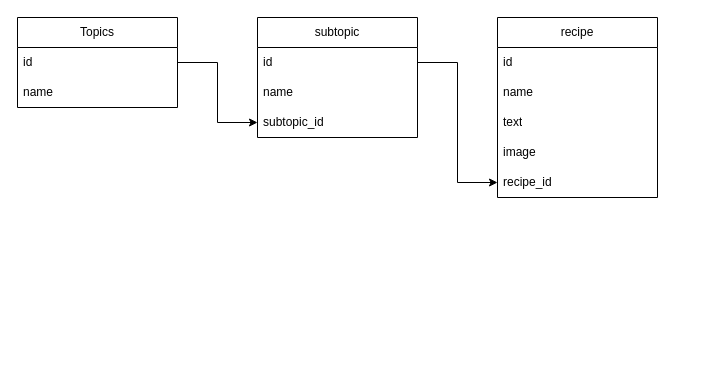
The draw.io diagram extra_files/database.drawio in ryan-kwon/Culinary-Diary, before the edit. Source tidied: cells renumbered, new cells numbered last; positions are measured from the earlier drawing's top-left corner, leaving out a move shared by most shapes. Both pictures are drawn from the tidied source at 100%, with x=0, y=0 at pixel (17, 17).
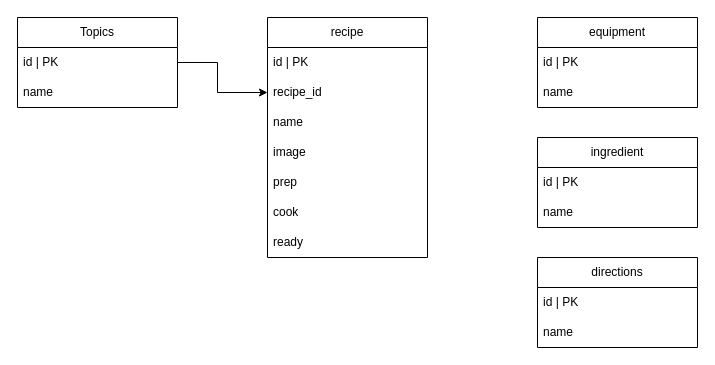
After the change.

The change refers to these unchanged cells:
```xml
<mxCell id="6" value="Topics" style="swimlane;fontStyle=0;horizontal=1;startSize=30;whiteSpace=wrap;html=1;" parent="1" vertex="1">
  <mxGeometry width="160" height="90" as="geometry" />
</mxCell>
```

Diff of the diagram source:
```diff
@@
-    <mxCell id="2" value="subtopic" style="swimlane;fontStyle=0;horizontal=1;startSize=30;whiteSpace=wrap;html=1;" parent="1" vertex="1">
-      <mxGeometry x="240" width="160" height="120" as="geometry" />
-    </mxCell>
-    <mxCell id="3" value="id" style="text;strokeColor=none;fillColor=none;align=left;verticalAlign=middle;spacingLeft=4;spacingRight=4;overflow=hidden;points=[[0,0.5],[1,0.5]];portConstraint=eastwest;whiteSpace=wrap;html=1;" parent="2" vertex="1">
-      <mxGeometry y="30" width="160" height="30" as="geometry" />
-    </mxCell>
-    <mxCell id="4" value="name" style="text;strokeColor=none;fillColor=none;align=left;verticalAlign=middle;spacingLeft=4;spacingRight=4;overflow=hidden;whiteSpace=wrap;html=1;" parent="2" vertex="1">
-      <mxGeometry y="60" width="160" height="30" as="geometry" />
-    </mxCell>
-    <mxCell id="5" value="subtopic_id" style="text;strokeColor=none;fillColor=none;align=left;verticalAlign=middle;spacingLeft=4;spacingRight=4;overflow=hidden;points=[[0,0.5],[1,0.5]];portConstraint=eastwest;whiteSpace=wrap;html=1;" parent="2" vertex="1">
-      <mxGeometry y="90" width="160" height="30" as="geometry" />
-    </mxCell>
@@
-    <mxCell id="7" value="id" style="text;strokeColor=none;fillColor=none;align=left;verticalAlign=middle;spacingLeft=4;spacingRight=4;overflow=hidden;points=[[0,0.5],[1,0.5]];portConstraint=eastwest;whiteSpace=wrap;html=1;" parent="6" vertex="1">
+    <mxCell id="7" value="id | PK" style="text;strokeColor=none;fillColor=none;align=left;verticalAlign=middle;spacingLeft=4;spacingRight=4;overflow=hidden;points=[[0,0.5],[1,0.5]];portConstraint=eastwest;whiteSpace=wrap;html=1;" parent="6" vertex="1">
       <mxGeometry y="30" width="160" height="30" as="geometry" />
     </mxCell>
@@
-    <mxCell id="9" style="edgeStyle=none;html=1;entryX=0;entryY=0.5;entryDx=0;entryDy=0;rounded=0;" parent="1" edge="1" source="7" target="5">
+    <mxCell id="9" style="edgeStyle=none;html=1;entryX=0;entryY=0.5;entryDx=0;entryDy=0;rounded=0;" parent="1" edge="1" source="7" target="15">
       <mxGeometry relative="1" as="geometry">
         <Array as="points">
           <mxPoint x="200" y="45" />
-          <mxPoint x="200" y="105" />
+          <mxPoint x="200" y="75" />
         </Array>
       </mxGeometry>
     </mxCell>
     <mxCell id="10" value="recipe" style="swimlane;fontStyle=0;horizontal=1;startSize=30;whiteSpace=wrap;html=1;" parent="1" vertex="1">
-      <mxGeometry x="480" width="160" height="180" as="geometry" />
+      <mxGeometry x="250" width="160" height="240" as="geometry" />
     </mxCell>
-    <mxCell id="11" value="id" style="text;strokeColor=none;fillColor=none;align=left;verticalAlign=middle;spacingLeft=4;spacingRight=4;overflow=hidden;whiteSpace=wrap;html=1;" parent="10" vertex="1">
+    <mxCell id="11" value="id | PK" style="text;strokeColor=none;fillColor=none;align=left;verticalAlign=middle;spacingLeft=4;spacingRight=4;overflow=hidden;whiteSpace=wrap;html=1;" parent="10" vertex="1">
       <mxGeometry y="30" width="160" height="30" as="geometry" />
     </mxCell>
+    <mxCell id="15" value="recipe_id" style="text;strokeColor=none;fillColor=none;align=left;verticalAlign=middle;spacingLeft=4;spacingRight=4;overflow=hidden;points=[[0,0.5],[1,0.5]];portConstraint=eastwest;whiteSpace=wrap;html=1;" parent="10" vertex="1">
+      <mxGeometry y="60" width="160" height="30" as="geometry" />
+    </mxCell>
     <mxCell id="12" value="name" style="text;strokeColor=none;fillColor=none;align=left;verticalAlign=middle;spacingLeft=4;spacingRight=4;overflow=hidden;whiteSpace=wrap;html=1;" parent="10" vertex="1">
-      <mxGeometry y="60" width="160" height="30" as="geometry" />
+      <mxGeometry y="90" width="160" height="30" as="geometry" />
     </mxCell>
-    <mxCell id="13" value="text" style="text;strokeColor=none;fillColor=none;align=left;verticalAlign=middle;spacingLeft=4;spacingRight=4;overflow=hidden;whiteSpace=wrap;html=1;" parent="10" vertex="1">
-      <mxGeometry y="90" width="160" height="30" as="geometry" />
-    </mxCell>
@@
-    <mxCell id="15" value="recipe_id" style="text;strokeColor=none;fillColor=none;align=left;verticalAlign=middle;spacingLeft=4;spacingRight=4;overflow=hidden;points=[[0,0.5],[1,0.5]];portConstraint=eastwest;whiteSpace=wrap;html=1;" parent="10" vertex="1">
-      <mxGeometry y="150" width="160" height="30" as="geometry" />
-    </mxCell>
+    <mxCell id="18" value="prep" style="text;strokeColor=none;fillColor=none;align=left;verticalAlign=middle;spacingLeft=4;spacingRight=4;overflow=hidden;whiteSpace=wrap;html=1;" parent="10" vertex="1">
+      <mxGeometry y="150" width="160" height="30" as="geometry" />
+    </mxCell>
+    <mxCell id="19" value="cook" style="text;strokeColor=none;fillColor=none;align=left;verticalAlign=middle;spacingLeft=4;spacingRight=4;overflow=hidden;whiteSpace=wrap;html=1;" parent="10" vertex="1">
+      <mxGeometry y="180" width="160" height="30" as="geometry" />
+    </mxCell>
+    <mxCell id="20" value="ready" style="text;strokeColor=none;fillColor=none;align=left;verticalAlign=middle;spacingLeft=4;spacingRight=4;overflow=hidden;whiteSpace=wrap;html=1;" parent="10" vertex="1">
+      <mxGeometry y="210" width="160" height="30" as="geometry" />
+    </mxCell>
-    <mxCell id="16" style="edgeStyle=none;html=1;entryX=0;entryY=0.5;entryDx=0;entryDy=0;exitX=1;exitY=0.5;exitDx=0;exitDy=0;strokeColor=none;rounded=0;" parent="1" edge="1" source="3" target="15">
+    <mxCell id="16" style="edgeStyle=none;html=1;entryX=0;entryY=0.5;entryDx=0;entryDy=0;exitX=1;exitY=0.5;exitDx=0;exitDy=0;strokeColor=none;rounded=0;" parent="1" edge="1" target="15">
       <mxGeometry relative="1" as="geometry">
+        <mxPoint x="400" y="45" as="sourcePoint" />
         <Array as="points">
           <mxPoint x="440" y="45" />
           <mxPoint x="440" y="160" />
         </Array>
       </mxGeometry>
     </mxCell>
-    <mxCell id="17" style="edgeStyle=none;rounded=0;html=1;entryX=0;entryY=0.5;entryDx=0;entryDy=0;exitX=1;exitY=0.5;exitDx=0;exitDy=0;" parent="1" edge="1" source="3" target="15">
-      <mxGeometry relative="1" as="geometry">
-        <Array as="points">
-          <mxPoint x="440" y="45" />
-          <mxPoint x="440" y="165" />
-        </Array>
-      </mxGeometry>
-    </mxCell>
+    <mxCell id="21" value="directions" style="swimlane;fontStyle=0;horizontal=1;startSize=30;whiteSpace=wrap;html=1;" parent="1" vertex="1">
+      <mxGeometry x="520" y="240" width="160" height="90" as="geometry" />
+    </mxCell>
+    <mxCell id="22" value="id | PK" style="text;strokeColor=none;fillColor=none;align=left;verticalAlign=middle;spacingLeft=4;spacingRight=4;overflow=hidden;whiteSpace=wrap;html=1;" parent="21" vertex="1">
+      <mxGeometry y="30" width="160" height="30" as="geometry" />
+    </mxCell>
+    <mxCell id="23" value="name" style="text;strokeColor=none;fillColor=none;align=left;verticalAlign=middle;spacingLeft=4;spacingRight=4;overflow=hidden;whiteSpace=wrap;html=1;" parent="21" vertex="1">
+      <mxGeometry y="60" width="160" height="30" as="geometry" />
+    </mxCell>
+    <mxCell id="24" value="ingredient" style="swimlane;fontStyle=0;horizontal=1;startSize=30;whiteSpace=wrap;html=1;" parent="1" vertex="1">
+      <mxGeometry x="520" y="120" width="160" height="90" as="geometry" />
+    </mxCell>
+    <mxCell id="25" value="id | PK" style="text;strokeColor=none;fillColor=none;align=left;verticalAlign=middle;spacingLeft=4;spacingRight=4;overflow=hidden;whiteSpace=wrap;html=1;" parent="24" vertex="1">
+      <mxGeometry y="30" width="160" height="30" as="geometry" />
+    </mxCell>
+    <mxCell id="26" value="name" style="text;strokeColor=none;fillColor=none;align=left;verticalAlign=middle;spacingLeft=4;spacingRight=4;overflow=hidden;whiteSpace=wrap;html=1;" parent="24" vertex="1">
+      <mxGeometry y="60" width="160" height="30" as="geometry" />
+    </mxCell>
+    <mxCell id="27" value="equipment" style="swimlane;fontStyle=0;horizontal=1;startSize=30;whiteSpace=wrap;html=1;" parent="1" vertex="1">
+      <mxGeometry x="520" width="160" height="90" as="geometry" />
+    </mxCell>
+    <mxCell id="28" value="id | PK" style="text;strokeColor=none;fillColor=none;align=left;verticalAlign=middle;spacingLeft=4;spacingRight=4;overflow=hidden;whiteSpace=wrap;html=1;" parent="27" vertex="1">
+      <mxGeometry y="30" width="160" height="30" as="geometry" />
+    </mxCell>
+    <mxCell id="29" value="name" style="text;strokeColor=none;fillColor=none;align=left;verticalAlign=middle;spacingLeft=4;spacingRight=4;overflow=hidden;whiteSpace=wrap;html=1;" parent="27" vertex="1">
+      <mxGeometry y="60" width="160" height="30" as="geometry" />
+    </mxCell>
```
